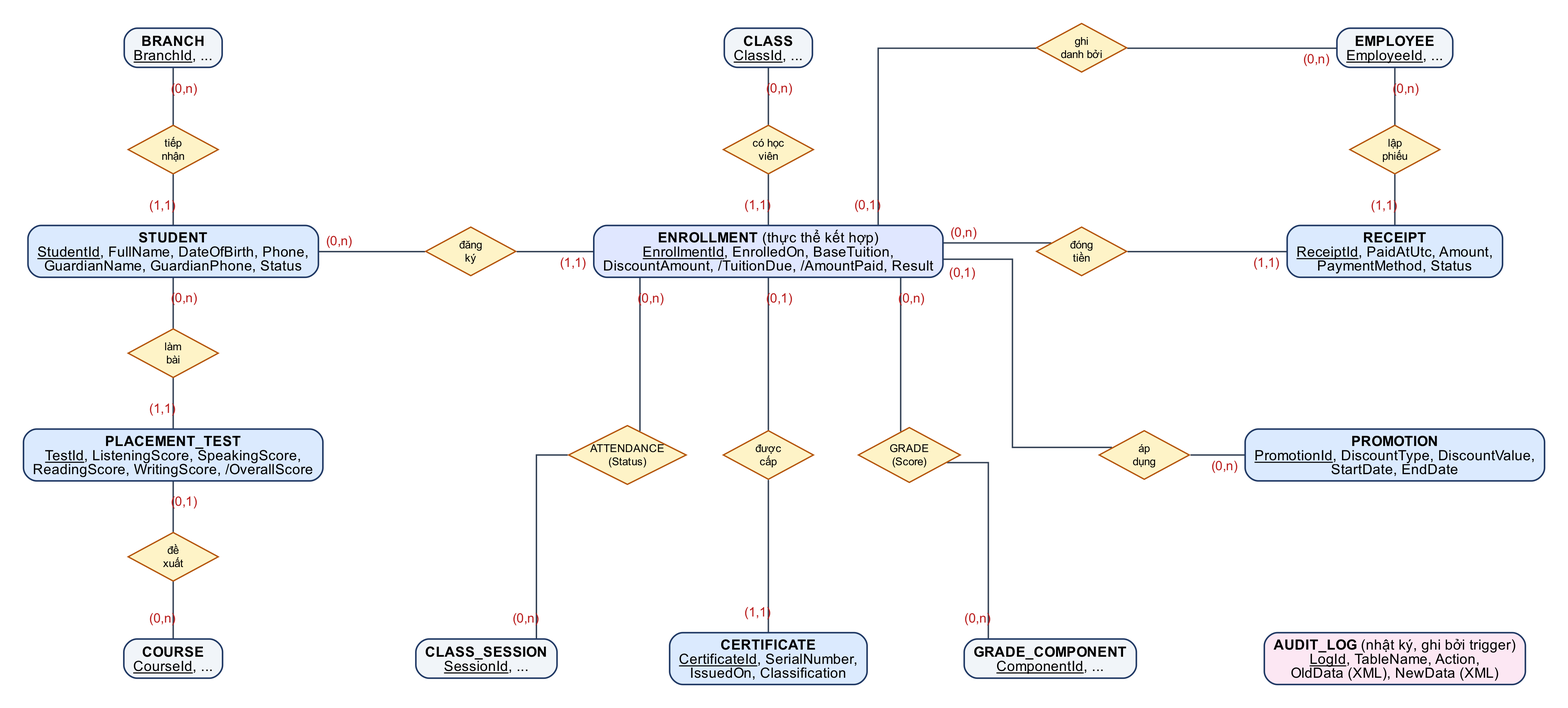
Above: docs/report/images/diagrams/erd_2_students_finance.png in nhutruong-uit/imcp (Graphviz), before the change. Its source is kept beside it as docs/report/diagrams/erd_2_students_finance.dot.
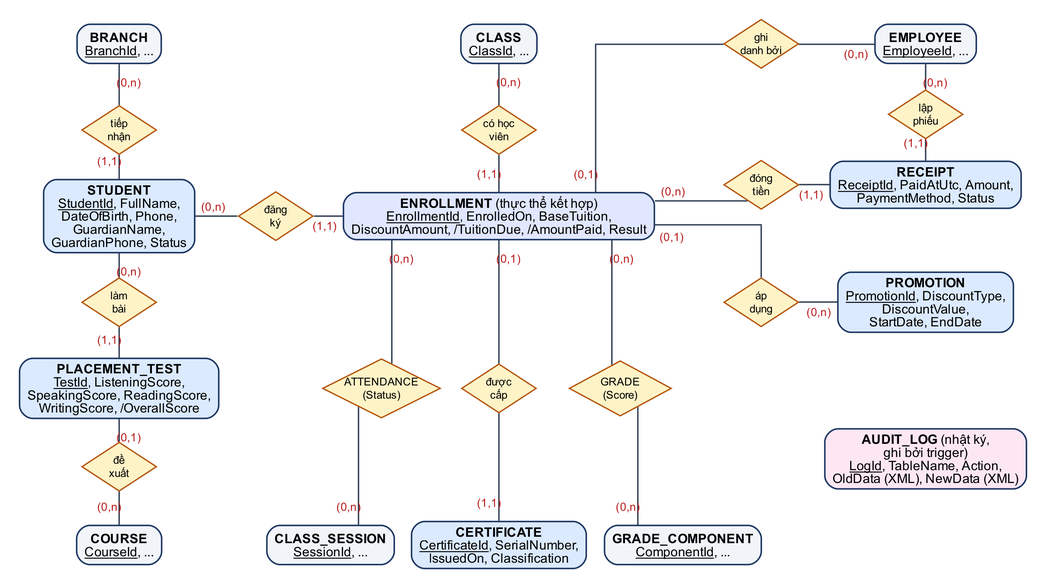
Above is the later version.

What changed in the source:
```diff
@@ -1,37 +1,37 @@
 graph ERD2 {
-  graph [layout=neato, splines=ortho, fontname="Arial", pad=0.3, dpi=220, outputorder=edgesfirst];
-  node  [fontname="Arial", fontsize=13, pin=true];
-  edge  [fontname="Arial", fontsize=12, color="#334155", penwidth=1.3, labelfontcolor="#B91C1C", labelfontsize=12,
-         labeldistance=2.1, labelangle=28];
+  graph [layout=neato, splines=ortho, fontname="Arial", pad=0.25, dpi=220, outputorder=edgesfirst];
+  node  [fontname="Arial", fontsize=12, pin=true];
+  edge  [fontname="Arial", fontsize=10.5, color="#334155", penwidth=1.3, labelfontcolor="#B91C1C", labelfontsize=10.5,
+         labeldistance=1.9, labelangle=28];
 
-  node [shape=box, style="filled,rounded", fillcolor="#DBEAFE", color="#1F3864", penwidth=1.4, margin="0.12,0.06"];
-  BRANCH [pos="0,7.8!", label=<<B>BRANCH</B><BR/><U>BranchId</U>, ...>, fillcolor="#F1F5F9"];
-  STUDENT [pos="0,5.2!", label=<<B>STUDENT</B><BR/><U>StudentId</U>, FullName, DateOfBirth, Phone,<BR/>GuardianName, GuardianPhone, Status>];
-  PLACEMENT_TEST [pos="0,2.6!", label=<<B>PLACEMENT_TEST</B><BR/><U>TestId</U>, ListeningScore, SpeakingScore,<BR/>ReadingScore, WritingScore, /OverallScore>];
-  COURSE [pos="0,0!", label=<<B>COURSE</B><BR/><U>CourseId</U>, ...>, fillcolor="#F1F5F9"];
-  CLASS [pos="7.6,7.8!", label=<<B>CLASS</B><BR/><U>ClassId</U>, ...>, fillcolor="#F1F5F9"];
-  ENROLLMENT [pos="7.6,5.2!", label=<<B>ENROLLMENT</B> (thực thể kết hợp)<BR/><U>EnrollmentId</U>, EnrolledOn, BaseTuition,<BR/>DiscountAmount, /TuitionDue, /AmountPaid, Result>, fillcolor="#E0E7FF"];
-  CLASS_SESSION [pos="4.0,0!", label=<<B>CLASS_SESSION</B><BR/><U>SessionId</U>, ...>, fillcolor="#F1F5F9"];
-  CERTIFICATE [pos="7.6,0!", label=<<B>CERTIFICATE</B><BR/><U>CertificateId</U>, SerialNumber,<BR/>IssuedOn, Classification>];
-  GRADE_COMPONENT [pos="11.2,0!", label=<<B>GRADE_COMPONENT</B><BR/><U>ComponentId</U>, ...>, fillcolor="#F1F5F9"];
-  EMPLOYEE [pos="15.6,7.8!", label=<<B>EMPLOYEE</B><BR/><U>EmployeeId</U>, ...>, fillcolor="#F1F5F9"];
-  RECEIPT [pos="15.6,5.2!", label=<<B>RECEIPT</B><BR/><U>ReceiptId</U>, PaidAtUtc, Amount,<BR/>PaymentMethod, Status>];
-  PROMOTION [pos="15.6,2.6!", label=<<B>PROMOTION</B><BR/><U>PromotionId</U>, DiscountType, DiscountValue,<BR/>StartDate, EndDate>];
-  AUDIT_LOG [pos="15.6,0!", label=<<B>AUDIT_LOG</B> (nhật ký, ghi bởi trigger)<BR/><U>LogId</U>, TableName, Action,<BR/>OldData (XML), NewData (XML)>, fillcolor="#FCE7F3"];
+  node [shape=box, style="filled,rounded", fillcolor="#DBEAFE", color="#1F3864", penwidth=1.4, margin="0.1,0.05"];
+  BRANCH [pos="0.6,6.4!", label=<<B>BRANCH</B><BR/><U>BranchId</U>, ...>, fillcolor="#F1F5F9"];
+  STUDENT [pos="0.6,4.2!", label=<<B>STUDENT</B><BR/><U>StudentId</U>, FullName,<BR/>DateOfBirth, Phone,<BR/>GuardianName,<BR/>GuardianPhone, Status>];
+  PLACEMENT_TEST [pos="0.6,2.0!", label=<<B>PLACEMENT_TEST</B><BR/><U>TestId</U>, ListeningScore,<BR/>SpeakingScore, ReadingScore,<BR/>WritingScore, /OverallScore>];
+  COURSE [pos="0.6,0!", label=<<B>COURSE</B><BR/><U>CourseId</U>, ...>, fillcolor="#F1F5F9"];
+  CLASS [pos="5.45,6.4!", label=<<B>CLASS</B><BR/><U>ClassId</U>, ...>, fillcolor="#F1F5F9"];
+  ENROLLMENT [pos="5.45,4.2!", label=<<B>ENROLLMENT</B> (thực thể kết hợp)<BR/><U>EnrollmentId</U>, EnrolledOn, BaseTuition,<BR/>DiscountAmount, /TuitionDue, /AmountPaid, Result>, fillcolor="#E0E7FF"];
+  CLASS_SESSION [pos="3.3,0!", label=<<B>CLASS_SESSION</B><BR/><U>SessionId</U>, ...>, fillcolor="#F1F5F9"];
+  CERTIFICATE [pos="5.45,0!", label=<<B>CERTIFICATE</B><BR/><U>CertificateId</U>, SerialNumber,<BR/>IssuedOn, Classification>];
+  GRADE_COMPONENT [pos="7.8,0!", label=<<B>GRADE_COMPONENT</B><BR/><U>ComponentId</U>, ...>, fillcolor="#F1F5F9"];
+  EMPLOYEE [pos="10.9,6.4!", label=<<B>EMPLOYEE</B><BR/><U>EmployeeId</U>, ...>, fillcolor="#F1F5F9"];
+  RECEIPT [pos="10.9,4.6!", label=<<B>RECEIPT</B><BR/><U>ReceiptId</U>, PaidAtUtc, Amount,<BR/>PaymentMethod, Status>];
+  PROMOTION [pos="10.9,3.1!", label=<<B>PROMOTION</B><BR/><U>PromotionId</U>, DiscountType,<BR/>DiscountValue,<BR/>StartDate, EndDate>];
+  AUDIT_LOG [pos="10.9,1.1!", label=<<B>AUDIT_LOG</B> (nhật ký,<BR/>ghi bởi trigger)<BR/><U>LogId</U>, TableName, Action,<BR/>OldData (XML), NewData (XML)>, fillcolor="#FCE7F3"];
 
-  node [shape=diamond, style=filled, fillcolor="#FEF3C7", color="#B45309", penwidth=1.2, fontsize=10, width=1.15, height=0.62, margin=0];
-  r_tn [pos="0,6.5!", label="tiếp\nnhận"];
-  r_lam [pos="0,3.9!", label="làm\nbài"];
-  r_dx [pos="0,1.3!", label="đề\nxuất"];
-  r_dk [pos="3.8,5.2!", label="đăng\nký"];
-  r_co [pos="7.6,6.5!", label="có học\nviên"];
-  r_nv [pos="11.6,7.8!", label="ghi\ndanh bởi"];
-  r_dong [pos="11.6,5.2!", label="đóng\ntiền"];
-  r_lap [pos="15.6,6.5!", label="lập\nphiếu"];
-  r_km [pos="12.4,2.6!", label="áp\ndụng"];
-  ATTENDANCE [pos="5.8,2.6!", label="ATTENDANCE\n(Status)", width=1.5, height=0.75];
-  r_cap [pos="7.6,2.6!", label="được\ncấp"];
-  GRADE [pos="9.4,2.6!", label="GRADE\n(Score)", width=1.3, height=0.7];
+  node [shape=diamond, style=filled, fillcolor="#FEF3C7", color="#B45309", penwidth=1.2, fontsize=10, width=0.95, height=0.62, margin=0];
+  r_tn [pos="0.6,5.3!", label="tiếp\nnhận"];
+  r_lam [pos="0.6,3.1!", label="làm\nbài"];
+  r_dx [pos="0.6,1.0!", label="đề\nxuất"];
+  r_dk [pos="2.6,4.2!", label="đăng\nký"];
+  r_co [pos="5.45,5.3!", label="có học\nviên"];
+  r_nv [pos="8.8,6.4!", label="ghi\ndanh bởi"];
+  r_dong [pos="8.8,4.6!", label="đóng\ntiền"];
+  r_lap [pos="10.9,5.5!", label="lập\nphiếu"];
+  r_km [pos="8.8,3.1!", label="áp\ndụng"];
+  ATTENDANCE [pos="3.95,2.0!", label="ATTENDANCE\n(Status)", width=1.5, height=0.75];
+  r_cap [pos="5.45,2.0!", label="được\ncấp"];
+  GRADE [pos="7.0,2.0!", label="GRADE\n(Score)", width=1.3, height=0.7];
 
   STUDENT -- r_tn [taillabel="(1,1)"]; r_tn -- BRANCH [headlabel="(0,n)"];
   STUDENT -- r_lam [taillabel="(0,n)"]; r_lam -- PLACEMENT_TEST [headlabel="(1,1)"];
```
